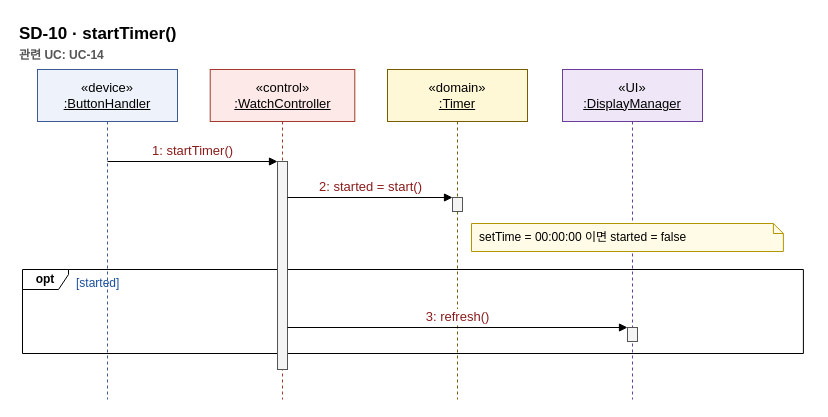
The draw.io diagram page "SD-10 startTimer()" (10 of 16) of docs/OOAD/practice/sd/DigitalWatch_SequenceDiagrams.drawio in sspring2048/AssoArch, before the edit. Source tidied: cells renumbered, new cells numbered last; positions are measured from the earlier drawing's top-left corner, leaving out a move shared by most shapes. Both pictures are drawn from the tidied source at 100%, with x=0, y=0 at pixel (17, 17).
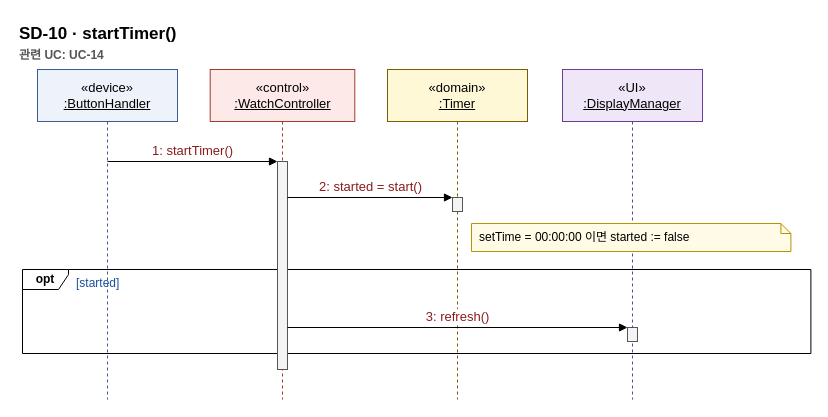
After the change.

What changed in the source:
```diff
@@
 <mxGraphModel>
   <root>
     <mxCell id="0" />
     <mxCell id="1" parent="0" />
     <mxCell id="2" value="SD-10 · startTimer()&lt;br&gt;&lt;font style=&quot;font-size:12px&quot; color=&quot;#555555&quot;&gt;관련 UC: UC-14&lt;/font&gt;" style="text;html=1;fontSize=17;fontStyle=1;align=left;verticalAlign=top;" parent="1" vertex="1">
       <mxGeometry width="700" height="44" as="geometry" />
     </mxCell>
     <mxCell id="3" value="opt" style="shape=umlFrame;whiteSpace=wrap;html=1;width=46;height=20;fontStyle=1;fillColor=none;fontSize=12;" parent="1" vertex="1">
-      <mxGeometry x="5" y="252" width="780.9" height="84" as="geometry" />
+      <mxGeometry x="5" y="252" width="788.4" height="84" as="geometry" />
     </mxCell>
     <mxCell id="4" value="[started]" style="text;html=1;fontSize=12;fontColor=#1a4f9c;align=left;" parent="1" vertex="1">
       <mxGeometry x="57" y="252" width="400" height="20" as="geometry" />
     </mxCell>
     <mxCell id="5" value="«device»&lt;br&gt;&lt;u&gt;:ButtonHandler&lt;/u&gt;" style="shape=umlLifeline;perimeter=lifelinePerimeter;whiteSpace=wrap;html=1;size=52;fillColor=#eef2fa;strokeColor=#3b5b92;fontSize=13;" parent="1" vertex="1">
       <mxGeometry x="20" y="52" width="140" height="330" as="geometry" />
     </mxCell>
     <mxCell id="6" value="«control»&lt;br&gt;&lt;u&gt;:WatchController&lt;/u&gt;" style="shape=umlLifeline;perimeter=lifelinePerimeter;whiteSpace=wrap;html=1;size=52;fillColor=#fde9e7;strokeColor=#a33a2c;fontSize=13;" parent="1" vertex="1">
       <mxGeometry x="192.7" y="52" width="144.6" height="330" as="geometry" />
     </mxCell>
     <mxCell id="7" value="«domain»&lt;br&gt;&lt;u&gt;:Timer&lt;/u&gt;" style="shape=umlLifeline;perimeter=lifelinePerimeter;whiteSpace=wrap;html=1;size=52;fillColor=#fff8d6;strokeColor=#7a5c00;fontSize=13;" parent="1" vertex="1">
       <mxGeometry x="370" y="52" width="140" height="330" as="geometry" />
     </mxCell>
     <mxCell id="8" value="«UI»&lt;br&gt;&lt;u&gt;:DisplayManager&lt;/u&gt;" style="shape=umlLifeline;perimeter=lifelinePerimeter;whiteSpace=wrap;html=1;size=52;fillColor=#efe7f7;strokeColor=#6a3d9a;fontSize=13;" parent="1" vertex="1">
       <mxGeometry x="545" y="52" width="140" height="330" as="geometry" />
     </mxCell>
     <mxCell id="9" style="html=1;perimeter=orthogonalPerimeter;fillColor=#f4f4f4;strokeColor=#555555;" parent="1" vertex="1">
       <mxGeometry x="435" y="180" width="10" height="14" as="geometry" />
     </mxCell>
     <mxCell id="10" style="html=1;perimeter=orthogonalPerimeter;fillColor=#f4f4f4;strokeColor=#555555;" parent="1" vertex="1">
       <mxGeometry x="610" y="310" width="10" height="14" as="geometry" />
     </mxCell>
     <mxCell id="11" style="html=1;perimeter=orthogonalPerimeter;fillColor=#f4f4f4;strokeColor=#555555;" parent="1" vertex="1">
       <mxGeometry x="260" y="144" width="10" height="208" as="geometry" />
     </mxCell>
     <mxCell id="12" value="1: startTimer()" style="html=1;verticalAlign=bottom;endArrow=block;endFill=1;fontSize=13;fontColor=#8a1c1c;" parent="1" edge="1">
       <mxGeometry relative="1" as="geometry">
         <mxPoint x="90" y="144" as="sourcePoint" />
         <mxPoint x="260" y="144" as="targetPoint" />
       </mxGeometry>
     </mxCell>
     <mxCell id="13" value="2: started = start()" style="html=1;verticalAlign=bottom;endArrow=block;endFill=1;fontSize=13;fontColor=#8a1c1c;" parent="1" edge="1">
       <mxGeometry relative="1" as="geometry">
         <mxPoint x="270" y="180" as="sourcePoint" />
         <mxPoint x="435" y="180" as="targetPoint" />
       </mxGeometry>
     </mxCell>
-    <mxCell id="14" value="setTime = 00:00:00 이면 started = false" style="shape=note;size=10;whiteSpace=wrap;html=1;align=left;spacingLeft=6;fontSize=12;fillColor=#fffbe6;strokeColor=#b39500;" parent="1" vertex="1">
-      <mxGeometry x="454" y="206" width="311.9" height="28" as="geometry" />
+    <mxCell id="14" value="setTime = 00:00:00 이면 started := false" style="shape=note;size=10;whiteSpace=wrap;html=1;align=left;spacingLeft=6;fontSize=12;fillColor=#fffbe6;strokeColor=#b39500;" parent="1" vertex="1">
+      <mxGeometry x="454" y="206" width="319.4" height="28" as="geometry" />
     </mxCell>
     <mxCell id="15" value="3: refresh()" style="html=1;verticalAlign=bottom;endArrow=block;endFill=1;fontSize=13;fontColor=#8a1c1c;" parent="1" edge="1">
       <mxGeometry relative="1" as="geometry">
         <mxPoint x="270" y="310" as="sourcePoint" />
         <mxPoint x="610" y="310" as="targetPoint" />
       </mxGeometry>
     </mxCell>
   </root>
 </mxGraphModel>
```
